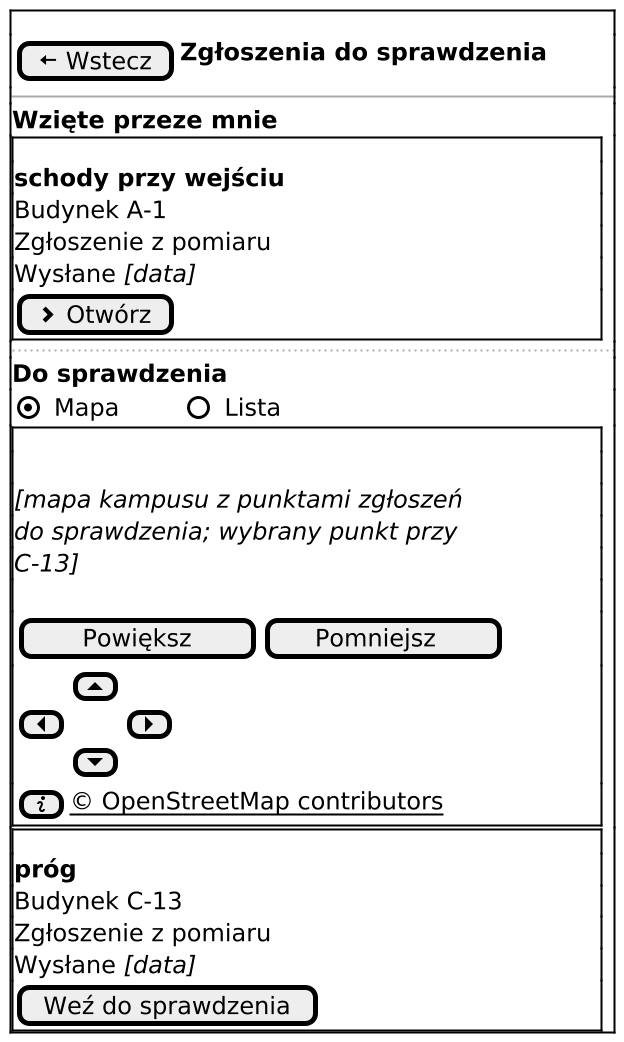
This is docs/docs/_generated/m-r1-kolejka-weryfikacji-mapa.png from dostepny-kampus/dostepny-kampus, a PlantUML export, as it was before one commit.
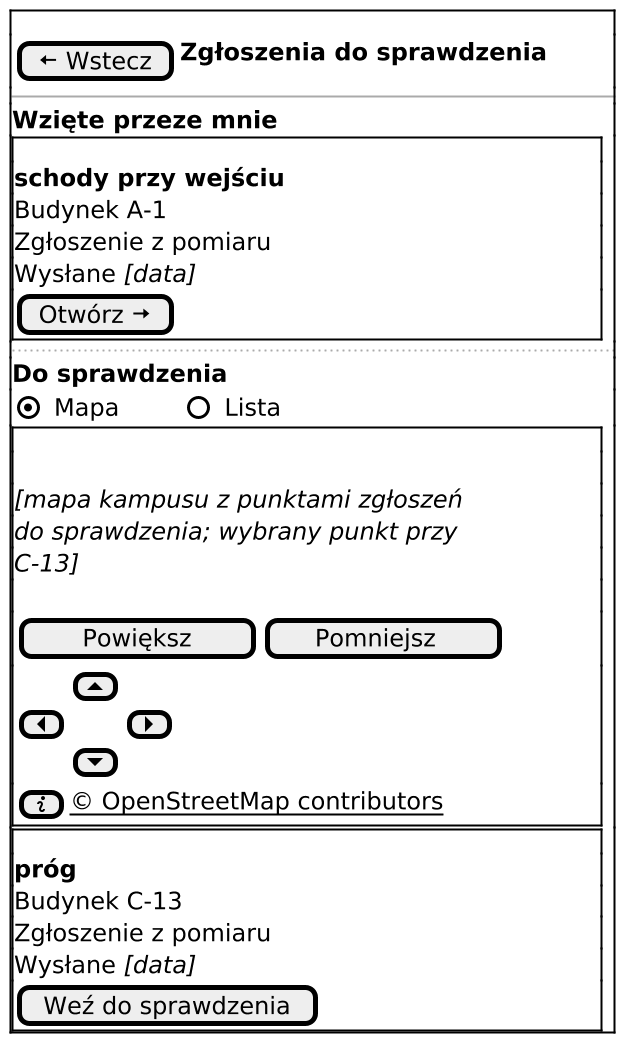
The same file after the commit.

Change to the diagram source:
```diff
@@ -11,7 +11,7 @@
 Budynek A-1
 Zgłoszenie z pomiaru
 Wysłane <i>[data]</i>
-$czynnosc_karty("Otwórz", "chevron-right")
+$czynnosc_karty("Otwórz", "arrow-right")
 }
 ..
 <b>Do sprawdzenia</b>
```
